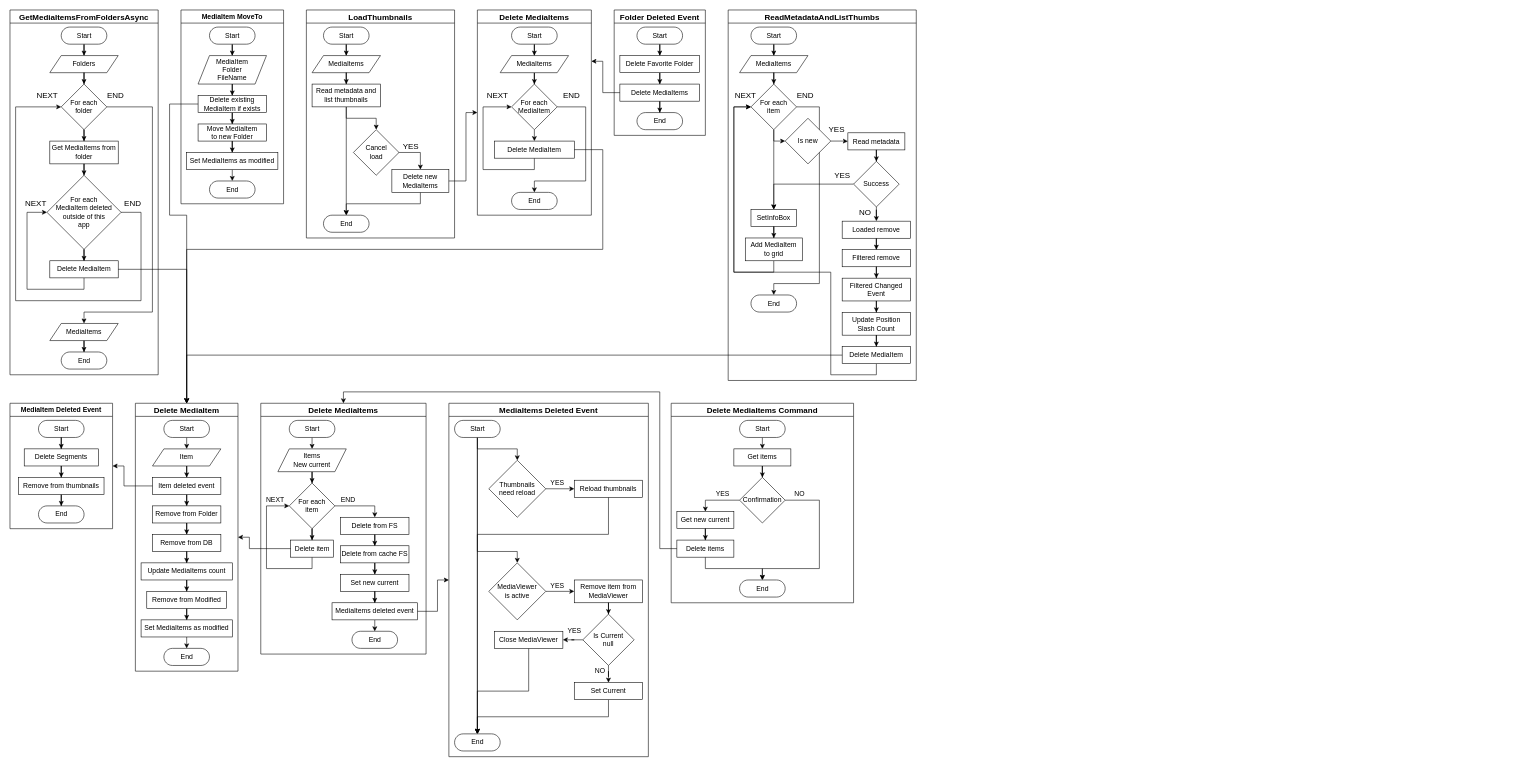
Earlier version of the draw.io diagram Flowcharts/MediaItem - Delete.drawio (martin-holy/PictureManager). Source tidied: cells renumbered, new cells numbered last; positions are measured from the earlier drawing's top-left corner, leaving out a move shared by most shapes. Both pictures are drawn from the tidied source at 57%, with x=0, y=0 at pixel (10, 10).
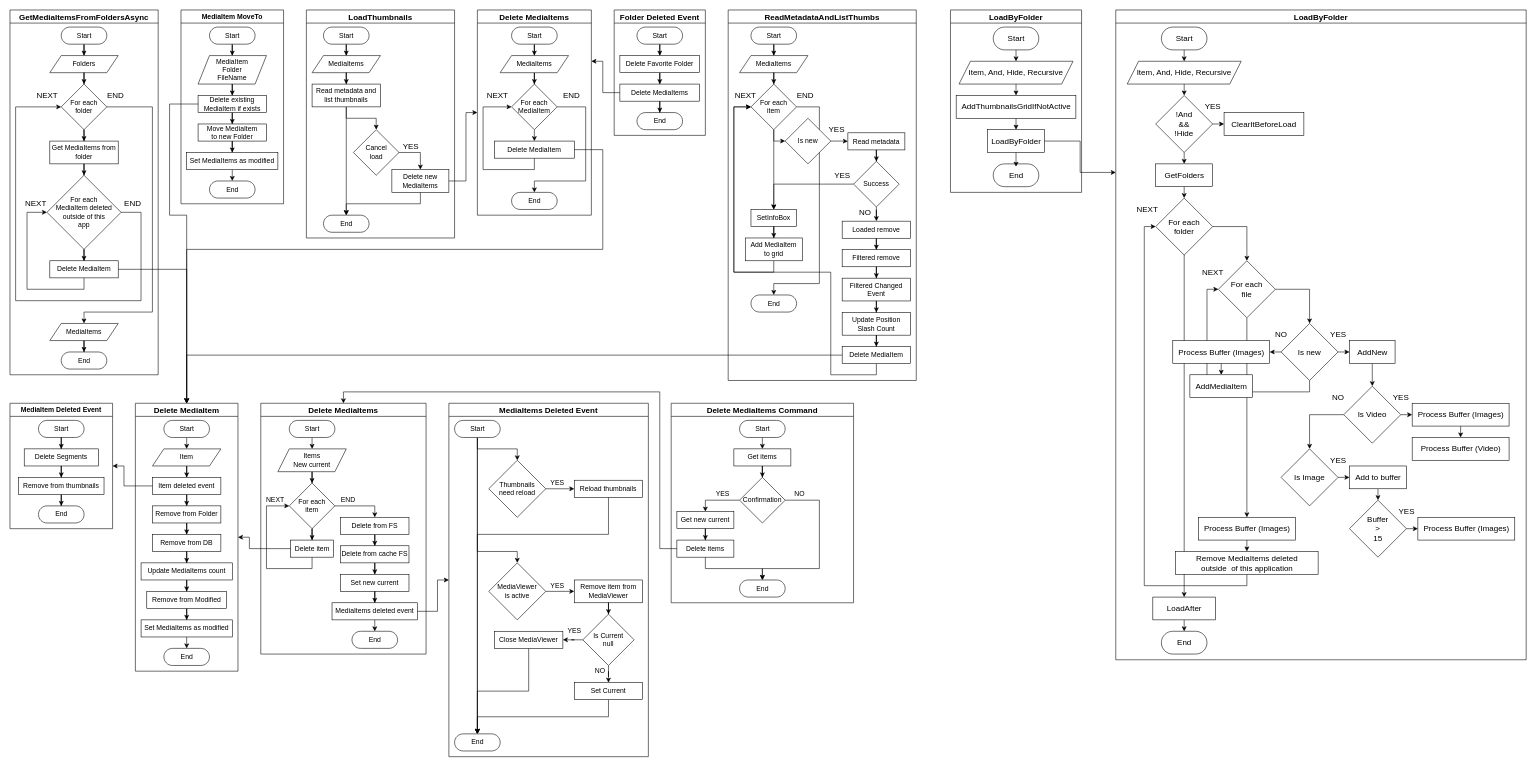
Above is the later version.

The edit, as a diff of the source:
```diff
@@
+    <mxCell id="204" value="LoadByFolder" style="swimlane;startSize=23;fontSize=14;" parent="1" vertex="1">
+      <mxGeometry x="1650" width="230" height="320" as="geometry" />
+    </mxCell>
+    <mxCell id="205" style="edgeStyle=orthogonalEdgeStyle;rounded=0;jettySize=auto;html=1;exitX=0.5;exitY=0.5;exitDx=0;exitDy=15;exitPerimeter=0;entryX=0.5;entryY=0;entryDx=0;entryDy=0;fontFamily=Helvetica;fontSize=14;fontColor=default;startSize=23;" parent="204" edge="1" source="206" target="208">
+      <mxGeometry relative="1" as="geometry" />
+    </mxCell>
+    <mxCell id="206" value="Start" style="html=1;dashed=0;whitespace=wrap;shape=mxgraph.dfd.start;fontSize=14;" parent="204" vertex="1">
+      <mxGeometry x="75" y="30" width="80" height="40" as="geometry" />
+    </mxCell>
+    <mxCell id="207" style="edgeStyle=orthogonalEdgeStyle;rounded=0;jettySize=auto;html=1;exitX=0.5;exitY=1;exitDx=0;exitDy=0;entryX=0.5;entryY=0;entryDx=0;entryDy=0;fontFamily=Helvetica;fontSize=14;fontColor=default;startSize=23;" parent="204" edge="1" source="208" target="210">
+      <mxGeometry relative="1" as="geometry" />
+    </mxCell>
+    <mxCell id="208" value="Item, And, Hide, Recursive" style="shape=parallelogram;perimeter=parallelogramPerimeter;whiteSpace=wrap;html=1;fixedSize=1;fontSize=14;" parent="204" vertex="1">
+      <mxGeometry x="15" y="90" width="200" height="40" as="geometry" />
+    </mxCell>
+    <mxCell id="209" style="edgeStyle=orthogonalEdgeStyle;rounded=0;jettySize=auto;html=1;exitX=0.5;exitY=1;exitDx=0;exitDy=0;entryX=0.5;entryY=0;entryDx=0;entryDy=0;fontFamily=Helvetica;fontSize=14;fontColor=default;startSize=23;" parent="204" edge="1" source="210" target="211">
+      <mxGeometry relative="1" as="geometry" />
+    </mxCell>
+    <mxCell id="210" value="AddThumbnailsGridIfNotActive" style="html=1;dashed=0;whitespace=wrap;fontSize=14;" parent="204" vertex="1">
+      <mxGeometry x="10" y="150" width="210" height="40" as="geometry" />
+    </mxCell>
+    <mxCell id="211" value="LoadByFolder" style="html=1;dashed=0;whitespace=wrap;fontFamily=Helvetica;fontSize=14;fontColor=default;startSize=23;strokeColor=default;fillColor=default;" parent="204" vertex="1">
+      <mxGeometry x="65" y="210" width="100" height="40" as="geometry" />
+    </mxCell>
+    <mxCell id="212" value="LoadByFolder" style="swimlane;fontSize=14;" parent="1" vertex="1">
+      <mxGeometry x="1940" width="720" height="1140" as="geometry" />
+    </mxCell>
+    <mxCell id="213" style="edgeStyle=orthogonalEdgeStyle;rounded=0;jettySize=auto;html=1;exitX=0.5;exitY=1;exitDx=0;exitDy=0;entryX=0;entryY=0.5;entryDx=0;entryDy=0;fontFamily=Helvetica;fontSize=14;fontColor=default;startSize=23;" parent="212" edge="1" source="263" target="227">
+      <mxGeometry relative="1" as="geometry" />
+    </mxCell>
+    <mxCell id="214" style="edgeStyle=orthogonalEdgeStyle;rounded=0;jettySize=auto;html=1;exitX=0.5;exitY=0.5;exitDx=0;exitDy=15;exitPerimeter=0;entryX=0.5;entryY=0;entryDx=0;entryDy=0;fontFamily=Helvetica;fontSize=14;fontColor=default;startSize=23;" parent="212" edge="1" source="215" target="217">
+      <mxGeometry relative="1" as="geometry" />
+    </mxCell>
+    <mxCell id="215" value="Start" style="html=1;dashed=0;whitespace=wrap;shape=mxgraph.dfd.start;fontSize=14;" parent="212" vertex="1">
+      <mxGeometry x="80" y="30" width="80" height="40" as="geometry" />
+    </mxCell>
+    <mxCell id="216" style="edgeStyle=orthogonalEdgeStyle;rounded=0;jettySize=auto;html=1;exitX=0.5;exitY=1;exitDx=0;exitDy=0;entryX=0.5;entryY=0;entryDx=0;entryDy=0;fontFamily=Helvetica;fontSize=14;fontColor=default;startSize=23;" parent="212" edge="1" source="217" target="220">
+      <mxGeometry relative="1" as="geometry" />
+    </mxCell>
+    <mxCell id="217" value="Item, And, Hide, Recursive" style="shape=parallelogram;perimeter=parallelogramPerimeter;whiteSpace=wrap;html=1;fixedSize=1;fontSize=14;" parent="212" vertex="1">
+      <mxGeometry x="20" y="90" width="200" height="40" as="geometry" />
+    </mxCell>
+    <mxCell id="218" style="edgeStyle=orthogonalEdgeStyle;rounded=0;jettySize=auto;html=1;exitX=1;exitY=0.5;exitDx=0;exitDy=0;entryX=0;entryY=0.5;entryDx=0;entryDy=0;fontFamily=Helvetica;fontSize=14;fontColor=default;startSize=23;" parent="212" edge="1" source="220" target="222">
+      <mxGeometry relative="1" as="geometry" />
+    </mxCell>
+    <mxCell id="219" style="edgeStyle=orthogonalEdgeStyle;rounded=0;jettySize=auto;html=1;exitX=0.5;exitY=1;exitDx=0;exitDy=0;entryX=0.5;entryY=0;entryDx=0;entryDy=0;fontFamily=Helvetica;fontSize=14;fontColor=default;startSize=23;" parent="212" edge="1" source="220" target="224">
+      <mxGeometry relative="1" as="geometry" />
+    </mxCell>
+    <mxCell id="220" value="!And&lt;br style=&quot;font-size: 14px;&quot;&gt;&amp;amp;&amp;amp;&lt;br style=&quot;font-size: 14px;&quot;&gt;!Hide" style="rhombus;whiteSpace=wrap;html=1;dashed=0;fontSize=14;" parent="212" vertex="1">
+      <mxGeometry x="70" y="150" width="100" height="100" as="geometry" />
+    </mxCell>
+    <mxCell id="221" value="YES" style="text;html=1;align=center;verticalAlign=middle;strokeColor=none;fillColor=none;fontSize=14;" parent="212" vertex="1">
+      <mxGeometry x="150" y="160" width="40" height="20" as="geometry" />
+    </mxCell>
+    <mxCell id="222" value="ClearItBeforeLoad" style="whiteSpace=wrap;html=1;dashed=0;fontSize=14;" parent="212" vertex="1">
+      <mxGeometry x="190" y="180" width="140" height="40" as="geometry" />
+    </mxCell>
+    <mxCell id="223" style="edgeStyle=orthogonalEdgeStyle;rounded=0;jettySize=auto;html=1;exitX=0.5;exitY=1;exitDx=0;exitDy=0;entryX=0.5;entryY=0;entryDx=0;entryDy=0;fontFamily=Helvetica;fontSize=14;fontColor=default;startSize=23;" parent="212" edge="1" source="224" target="227">
+      <mxGeometry relative="1" as="geometry" />
+    </mxCell>
+    <mxCell id="224" value="GetFolders" style="html=1;dashed=0;whitespace=wrap;fontFamily=Helvetica;fontSize=14;fontColor=default;startSize=23;strokeColor=default;fillColor=default;" parent="212" vertex="1">
+      <mxGeometry x="70" y="270" width="100" height="40" as="geometry" />
+    </mxCell>
+    <mxCell id="225" style="edgeStyle=orthogonalEdgeStyle;rounded=0;jettySize=auto;html=1;exitX=1;exitY=0.5;exitDx=0;exitDy=0;entryX=0.5;entryY=0;entryDx=0;entryDy=0;fontFamily=Helvetica;fontSize=14;fontColor=default;startSize=23;" parent="212" edge="1" source="227" target="230">
+      <mxGeometry relative="1" as="geometry" />
+    </mxCell>
+    <mxCell id="226" style="edgeStyle=orthogonalEdgeStyle;rounded=0;jettySize=auto;html=1;exitX=0.5;exitY=1;exitDx=0;exitDy=0;entryX=0.5;entryY=0;entryDx=0;entryDy=0;fontFamily=Helvetica;fontSize=14;fontColor=default;startSize=23;" parent="212" edge="1" source="227" target="265">
+      <mxGeometry relative="1" as="geometry" />
+    </mxCell>
+    <mxCell id="227" value="For each&lt;br style=&quot;font-size: 14px;&quot;&gt;folder" style="rhombus;whiteSpace=wrap;html=1;dashed=0;fontSize=14;" parent="212" vertex="1">
+      <mxGeometry x="70" y="330" width="100" height="100" as="geometry" />
+    </mxCell>
+    <mxCell id="228" style="edgeStyle=orthogonalEdgeStyle;rounded=0;jettySize=auto;html=1;exitX=1;exitY=0.5;exitDx=0;exitDy=0;entryX=0.5;entryY=0;entryDx=0;entryDy=0;fontFamily=Helvetica;fontSize=14;fontColor=default;startSize=23;" parent="212" edge="1" source="230" target="234">
+      <mxGeometry relative="1" as="geometry" />
+    </mxCell>
+    <mxCell id="229" style="edgeStyle=orthogonalEdgeStyle;rounded=0;jettySize=auto;html=1;exitX=0.5;exitY=1;exitDx=0;exitDy=0;entryX=0.5;entryY=0;entryDx=0;entryDy=0;fontFamily=Helvetica;fontSize=14;fontColor=default;startSize=23;" parent="212" edge="1" source="230" target="262">
+      <mxGeometry relative="1" as="geometry" />
+    </mxCell>
+    <mxCell id="230" value="For each&lt;br style=&quot;font-size: 14px;&quot;&gt;file" style="rhombus;whiteSpace=wrap;html=1;dashed=0;fontSize=14;" parent="212" vertex="1">
+      <mxGeometry x="180" y="440" width="100" height="100" as="geometry" />
+    </mxCell>
+    <mxCell id="231" style="edgeStyle=orthogonalEdgeStyle;rounded=0;jettySize=auto;html=1;exitX=1;exitY=0.5;exitDx=0;exitDy=0;entryX=0;entryY=0.5;entryDx=0;entryDy=0;fontFamily=Helvetica;fontSize=14;fontColor=default;startSize=23;" parent="212" edge="1" source="234" target="236">
+      <mxGeometry relative="1" as="geometry" />
+    </mxCell>
+    <mxCell id="232" style="edgeStyle=orthogonalEdgeStyle;rounded=0;jettySize=auto;html=1;exitX=0.5;exitY=1;exitDx=0;exitDy=0;entryX=0;entryY=0.5;entryDx=0;entryDy=0;fontFamily=Helvetica;fontSize=14;fontColor=default;startSize=23;" parent="212" edge="1" source="234" target="230">
+      <mxGeometry relative="1" as="geometry" />
+    </mxCell>
+    <mxCell id="233" style="edgeStyle=orthogonalEdgeStyle;rounded=0;jettySize=auto;html=1;exitX=0;exitY=0.5;exitDx=0;exitDy=0;entryX=1;entryY=0.5;entryDx=0;entryDy=0;fontFamily=Helvetica;fontSize=14;fontColor=default;startSize=23;" parent="212" edge="1" source="234" target="256">
+      <mxGeometry relative="1" as="geometry" />
+    </mxCell>
+    <mxCell id="234" value="Is new" style="rhombus;whiteSpace=wrap;html=1;dashed=0;fontSize=14;" parent="212" vertex="1">
+      <mxGeometry x="290" y="550" width="100" height="100" as="geometry" />
+    </mxCell>
+    <mxCell id="235" style="edgeStyle=orthogonalEdgeStyle;rounded=0;jettySize=auto;html=1;exitX=0.5;exitY=1;exitDx=0;exitDy=0;entryX=0.5;entryY=0;entryDx=0;entryDy=0;fontFamily=Helvetica;fontSize=14;fontColor=default;startSize=23;" parent="212" edge="1" source="236" target="239">
+      <mxGeometry relative="1" as="geometry" />
+    </mxCell>
+    <mxCell id="236" value="AddNew" style="html=1;dashed=0;whitespace=wrap;fontFamily=Helvetica;fontSize=14;fontColor=default;startSize=23;strokeColor=default;fillColor=default;" parent="212" vertex="1">
+      <mxGeometry x="410" y="580" width="80" height="40" as="geometry" />
+    </mxCell>
+    <mxCell id="237" style="edgeStyle=orthogonalEdgeStyle;rounded=0;jettySize=auto;html=1;exitX=1;exitY=0.5;exitDx=0;exitDy=0;entryX=0;entryY=0.5;entryDx=0;entryDy=0;fontFamily=Helvetica;fontSize=14;fontColor=default;startSize=23;" parent="212" edge="1" source="239" target="241">
+      <mxGeometry relative="1" as="geometry" />
+    </mxCell>
+    <mxCell id="238" style="edgeStyle=orthogonalEdgeStyle;rounded=0;jettySize=auto;html=1;exitX=0;exitY=0.5;exitDx=0;exitDy=0;entryX=0.5;entryY=0;entryDx=0;entryDy=0;fontFamily=Helvetica;fontSize=14;fontColor=default;startSize=23;" parent="212" edge="1" source="239" target="246">
+      <mxGeometry relative="1" as="geometry" />
+    </mxCell>
+    <mxCell id="239" value="Is Video" style="rhombus;whiteSpace=wrap;html=1;dashed=0;fontSize=14;" parent="212" vertex="1">
+      <mxGeometry x="400" y="660" width="100" height="100" as="geometry" />
+    </mxCell>
+    <mxCell id="240" style="edgeStyle=orthogonalEdgeStyle;rounded=0;jettySize=auto;html=1;exitX=0.5;exitY=1;exitDx=0;exitDy=0;entryX=0.5;entryY=0;entryDx=0;entryDy=0;fontFamily=Helvetica;fontSize=14;fontColor=default;startSize=23;" parent="212" edge="1" source="241" target="242">
+      <mxGeometry relative="1" as="geometry" />
+    </mxCell>
+    <mxCell id="241" value="Process Buffer (Images)" style="html=1;dashed=0;whitespace=wrap;fontFamily=Helvetica;fontSize=14;fontColor=default;startSize=23;strokeColor=default;fillColor=default;" parent="212" vertex="1">
+      <mxGeometry x="520" y="690" width="170" height="40" as="geometry" />
+    </mxCell>
+    <mxCell id="242" value="Process Buffer&amp;nbsp;(Video)" style="html=1;dashed=0;whitespace=wrap;fontFamily=Helvetica;fontSize=14;fontColor=default;startSize=23;strokeColor=default;fillColor=default;" parent="212" vertex="1">
+      <mxGeometry x="520" y="750" width="170" height="40" as="geometry" />
+    </mxCell>
+    <mxCell id="243" value="YES" style="text;html=1;align=center;verticalAlign=middle;strokeColor=none;fillColor=none;fontSize=14;" parent="212" vertex="1">
+      <mxGeometry x="480" y="670" width="40" height="20" as="geometry" />
+    </mxCell>
+    <mxCell id="244" value="YES" style="text;html=1;align=center;verticalAlign=middle;strokeColor=none;fillColor=none;fontSize=14;" parent="212" vertex="1">
+      <mxGeometry x="370" y="560" width="40" height="20" as="geometry" />
+    </mxCell>
+    <mxCell id="245" style="edgeStyle=orthogonalEdgeStyle;rounded=0;jettySize=auto;html=1;exitX=1;exitY=0.5;exitDx=0;exitDy=0;entryX=0;entryY=0.5;entryDx=0;entryDy=0;fontFamily=Helvetica;fontSize=14;fontColor=default;startSize=23;" parent="212" edge="1" source="246" target="248">
+      <mxGeometry relative="1" as="geometry" />
+    </mxCell>
+    <mxCell id="246" value="Is Image" style="rhombus;whiteSpace=wrap;html=1;dashed=0;fontSize=14;" parent="212" vertex="1">
+      <mxGeometry x="290" y="770" width="100" height="100" as="geometry" />
+    </mxCell>
+    <mxCell id="247" style="edgeStyle=orthogonalEdgeStyle;rounded=0;jettySize=auto;html=1;exitX=0.5;exitY=1;exitDx=0;exitDy=0;entryX=0.5;entryY=0;entryDx=0;entryDy=0;fontFamily=Helvetica;fontSize=14;fontColor=default;startSize=23;" parent="212" edge="1" source="248" target="251">
+      <mxGeometry relative="1" as="geometry" />
+    </mxCell>
+    <mxCell id="248" value="Add to buffer" style="html=1;dashed=0;whitespace=wrap;fontFamily=Helvetica;fontSize=14;fontColor=default;startSize=23;strokeColor=default;fillColor=default;" parent="212" vertex="1">
+      <mxGeometry x="410" y="800" width="100" height="40" as="geometry" />
+    </mxCell>
+    <mxCell id="249" value="Process Buffer&amp;nbsp;(Images)" style="html=1;dashed=0;whitespace=wrap;fontFamily=Helvetica;fontSize=14;fontColor=default;startSize=23;strokeColor=default;fillColor=default;" parent="212" vertex="1">
+      <mxGeometry x="530" y="890" width="170" height="40" as="geometry" />
+    </mxCell>
+    <mxCell id="250" style="edgeStyle=orthogonalEdgeStyle;rounded=0;jettySize=auto;html=1;exitX=1;exitY=0.5;exitDx=0;exitDy=0;entryX=0;entryY=0.5;entryDx=0;entryDy=0;fontFamily=Helvetica;fontSize=14;fontColor=default;startSize=23;" parent="212" edge="1" source="251" target="249">
+      <mxGeometry relative="1" as="geometry" />
+    </mxCell>
+    <mxCell id="251" value="Buffer&lt;br style=&quot;font-size: 14px;&quot;&gt;&amp;gt;&lt;br style=&quot;font-size: 14px;&quot;&gt;15" style="rhombus;whiteSpace=wrap;html=1;dashed=0;fontSize=14;" parent="212" vertex="1">
+      <mxGeometry x="410" y="860" width="100" height="100" as="geometry" />
+    </mxCell>
+    <mxCell id="252" value="NEXT" style="text;html=1;align=center;verticalAlign=middle;strokeColor=none;fillColor=none;fontSize=14;" parent="212" vertex="1">
+      <mxGeometry x="30" y="340" width="50" height="20" as="geometry" />
+    </mxCell>
+    <mxCell id="253" value="YES" style="text;html=1;align=center;verticalAlign=middle;strokeColor=none;fillColor=none;fontSize=14;" parent="212" vertex="1">
+      <mxGeometry x="490" y="870" width="40" height="20" as="geometry" />
+    </mxCell>
+    <mxCell id="254" style="edgeStyle=orthogonalEdgeStyle;rounded=0;jettySize=auto;html=1;exitX=0.5;exitY=1;exitDx=0;exitDy=0;entryX=0.5;entryY=0;entryDx=0;entryDy=0;fontFamily=Helvetica;fontSize=14;fontColor=default;startSize=23;" parent="212" edge="1" source="256" target="255">
+      <mxGeometry relative="1" as="geometry" />
+    </mxCell>
+    <mxCell id="255" value="AddMediaItem" style="html=1;dashed=0;whitespace=wrap;fontFamily=Helvetica;fontSize=14;fontColor=default;startSize=23;strokeColor=default;fillColor=default;" parent="212" vertex="1">
+      <mxGeometry x="130" y="640" width="110" height="40" as="geometry" />
+    </mxCell>
+    <mxCell id="256" value="Process Buffer&amp;nbsp;(Images)" style="html=1;dashed=0;whitespace=wrap;fontFamily=Helvetica;fontSize=14;fontColor=default;startSize=23;strokeColor=default;fillColor=default;" parent="212" vertex="1">
+      <mxGeometry x="100" y="580" width="170" height="40" as="geometry" />
+    </mxCell>
+    <mxCell id="257" value="NO" style="text;html=1;align=center;verticalAlign=middle;strokeColor=none;fillColor=none;fontSize=14;" parent="212" vertex="1">
+      <mxGeometry x="270" y="560" width="40" height="20" as="geometry" />
+    </mxCell>
+    <mxCell id="258" value="NEXT" style="text;html=1;align=center;verticalAlign=middle;strokeColor=none;fillColor=none;fontSize=14;" parent="212" vertex="1">
+      <mxGeometry x="145" y="450" width="50" height="20" as="geometry" />
+    </mxCell>
+    <mxCell id="259" value="NO" style="text;html=1;align=center;verticalAlign=middle;strokeColor=none;fillColor=none;fontSize=14;" parent="212" vertex="1">
+      <mxGeometry x="370" y="670" width="40" height="20" as="geometry" />
+    </mxCell>
+    <mxCell id="260" value="YES" style="text;html=1;align=center;verticalAlign=middle;strokeColor=none;fillColor=none;fontSize=14;" parent="212" vertex="1">
+      <mxGeometry x="370" y="780" width="40" height="20" as="geometry" />
+    </mxCell>
+    <mxCell id="261" style="edgeStyle=orthogonalEdgeStyle;rounded=0;jettySize=auto;html=1;exitX=0.5;exitY=1;exitDx=0;exitDy=0;entryX=0.5;entryY=0;entryDx=0;entryDy=0;fontFamily=Helvetica;fontSize=14;fontColor=default;startSize=23;" parent="212" edge="1" source="262" target="263">
+      <mxGeometry relative="1" as="geometry" />
+    </mxCell>
+    <mxCell id="262" value="Process Buffer&amp;nbsp;(Images)" style="html=1;dashed=0;whitespace=wrap;fontFamily=Helvetica;fontSize=14;fontColor=default;startSize=23;strokeColor=default;fillColor=default;" parent="212" vertex="1">
+      <mxGeometry x="145" y="890" width="170" height="40" as="geometry" />
+    </mxCell>
+    <mxCell id="263" value="Remove MediaItems deleted&lt;br&gt;outside&amp;nbsp;&amp;nbsp;of this application" style="html=1;dashed=0;whitespace=wrap;fontFamily=Helvetica;fontSize=14;fontColor=default;startSize=23;strokeColor=default;fillColor=default;" parent="212" vertex="1">
+      <mxGeometry x="105" y="950" width="250" height="40" as="geometry" />
+    </mxCell>
+    <mxCell id="264" style="edgeStyle=orthogonalEdgeStyle;rounded=0;jettySize=auto;html=1;exitX=0.5;exitY=1;exitDx=0;exitDy=0;entryX=0.5;entryY=0.5;entryDx=0;entryDy=-20;entryPerimeter=0;fontFamily=Helvetica;fontSize=14;fontColor=default;startSize=23;" parent="212" edge="1" source="265" target="266">
+      <mxGeometry relative="1" as="geometry" />
+    </mxCell>
+    <mxCell id="265" value="LoadAfter" style="html=1;dashed=0;whitespace=wrap;fontFamily=Helvetica;fontSize=14;fontColor=default;startSize=23;strokeColor=default;fillColor=default;" parent="212" vertex="1">
+      <mxGeometry x="65" y="1030" width="110" height="40" as="geometry" />
+    </mxCell>
+    <mxCell id="266" value="End" style="html=1;dashed=0;whitespace=wrap;shape=mxgraph.dfd.start;fontSize=14;" parent="212" vertex="1">
+      <mxGeometry x="80" y="1090" width="80" height="40" as="geometry" />
+    </mxCell>
+    <mxCell id="267" value="End" style="html=1;dashed=0;whitespace=wrap;shape=mxgraph.dfd.start;fontSize=14;" parent="1" vertex="1">
+      <mxGeometry x="1725" y="270" width="80" height="40" as="geometry" />
+    </mxCell>
+    <mxCell id="268" style="edgeStyle=orthogonalEdgeStyle;rounded=0;jettySize=auto;html=1;exitX=0.5;exitY=1;exitDx=0;exitDy=0;entryX=0.5;entryY=0.5;entryDx=0;entryDy=-15;entryPerimeter=0;fontFamily=Helvetica;fontSize=14;fontColor=default;startSize=23;" parent="1" edge="1" source="211" target="267">
+      <mxGeometry relative="1" as="geometry" />
+    </mxCell>
+    <mxCell id="269" style="edgeStyle=orthogonalEdgeStyle;rounded=0;jettySize=auto;html=1;exitX=1;exitY=0.5;exitDx=0;exitDy=0;entryX=0;entryY=0.25;entryDx=0;entryDy=0;fontFamily=Helvetica;fontSize=14;fontColor=default;startSize=23;" parent="1" edge="1" source="211" target="212">
+      <mxGeometry relative="1" as="geometry" />
+    </mxCell>
```
